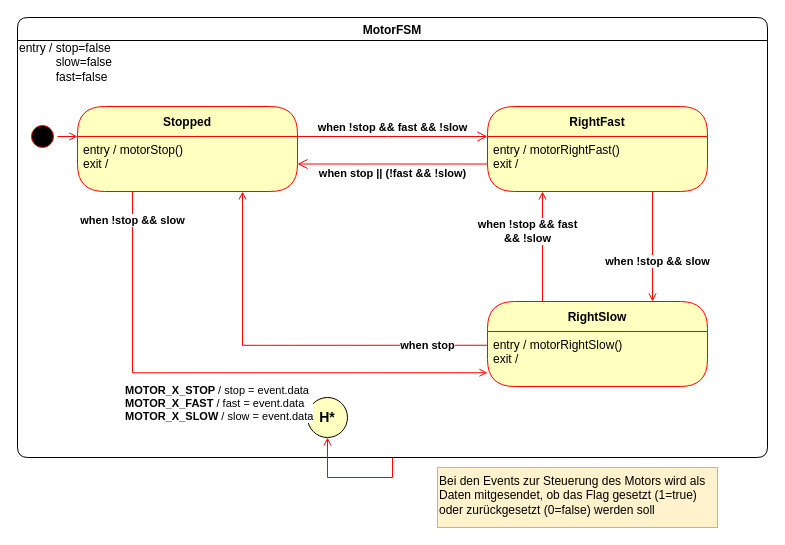
This is page "motor" (3 of 7) of docs/diagrams/fsm/state_machines.drawio from u2knwy/ESEP-2023SoSe-Team-2-1, a draw.io file, before an edit. Source tidied: cells renumbered, new cells numbered last; positions are measured from the earlier drawing's top-left corner, leaving out a move shared by most shapes. Both pictures are drawn from the tidied source at 100%, with x=0, y=0 at pixel (17, 17).
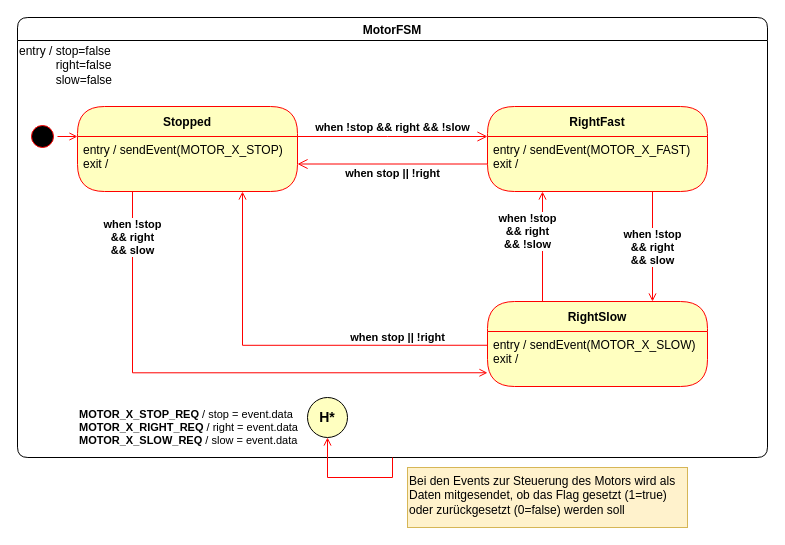
After the change.

The change refers to these unchanged cells:
```xml
<mxCell id="3" value="Stopped" style="swimlane;fontStyle=1;align=center;verticalAlign=middle;horizontal=1;startSize=30;fontColor=#000000;rounded=1;arcSize=30;strokeColor=#ff0000;fillColor=#ffffc0;swimlaneFillColor=#ffffc0;" parent="2" vertex="1">
  <mxGeometry x="60" y="89" width="220" height="85" as="geometry" />
</mxCell>
<mxCell id="6" value="RightSlow" style="swimlane;fontStyle=1;align=center;verticalAlign=middle;horizontal=1;startSize=30;fontColor=#000000;rounded=1;arcSize=30;strokeColor=#ff0000;fillColor=#ffffc0;swimlaneFillColor=#ffffc0;" parent="2" vertex="1">
  <mxGeometry x="470" y="284" width="220" height="85" as="geometry" />
</mxCell>
<mxCell id="8" value="RightFast" style="swimlane;fontStyle=1;align=center;verticalAlign=middle;horizontal=1;startSize=30;fontColor=#000000;rounded=1;arcSize=30;strokeColor=#ff0000;fillColor=#ffffc0;swimlaneFillColor=#ffffc0;" parent="2" vertex="1">
  <mxGeometry x="470" y="89" width="220" height="85" as="geometry" />
</mxCell>
<mxCell id="18" value="H*" style="ellipse;whiteSpace=wrap;html=1;rounded=1;fillColor=#FFFFC0;fontStyle=1;fontSize=14;" parent="2" vertex="1">
  <mxGeometry x="290" y="380" width="40" height="40" as="geometry" />
</mxCell>
```

Change to the diagram source:
```diff
@@
-    <mxCell id="2" value="MotorFSM" style="swimlane;rounded=1;fillColor=none;startSize=23;" parent="1" vertex="1">
+    <mxCell id="2" value="MotorFSM" style="swimlane;rounded=1;startSize=23;swimlaneFillColor=default;" parent="1" vertex="1">
       <mxGeometry width="750" height="440" as="geometry" />
     </mxCell>
@@
-    <mxCell id="4" value="&lt;div style=&quot;&quot;&gt;entry / motorStop()&lt;/div&gt;exit /" style="text;html=1;strokeColor=none;fillColor=none;align=left;verticalAlign=top;spacingLeft=4;spacingRight=4;whiteSpace=wrap;overflow=hidden;fontColor=#000000;" parent="3" vertex="1">
+    <mxCell id="4" value="&lt;div style=&quot;&quot;&gt;entry / sendEvent(MOTOR_X_STOP)&lt;/div&gt;exit /" style="text;html=1;strokeColor=none;fillColor=none;align=left;verticalAlign=top;spacingLeft=4;spacingRight=4;whiteSpace=wrap;overflow=hidden;fontColor=#000000;" parent="3" vertex="1">
       <mxGeometry y="30" width="220" height="55" as="geometry" />
     </mxCell>
-    <mxCell id="5" value="&lt;b&gt;when !stop &amp;amp;&amp;amp; fast &lt;br&gt;&amp;amp;&amp;amp; !slow&lt;/b&gt;" style="edgeStyle=orthogonalEdgeStyle;rounded=0;jettySize=auto;html=1;exitX=0.25;exitY=0;exitDx=0;exitDy=0;entryX=0.25;entryY=1;entryDx=0;entryDy=0;strokeColor=#FF0000;endArrow=open;endFill=0;" parent="2" edge="1" source="6" target="9">
+    <mxCell id="5" value="&lt;b&gt;when !stop&lt;br&gt;&amp;amp;&amp;amp; right&lt;br&gt;&amp;amp;&amp;amp; !slow&lt;/b&gt;" style="edgeStyle=orthogonalEdgeStyle;rounded=0;jettySize=auto;html=1;exitX=0.25;exitY=0;exitDx=0;exitDy=0;entryX=0.25;entryY=1;entryDx=0;entryDy=0;strokeColor=#FF0000;endArrow=open;endFill=0;" parent="2" edge="1" source="6" target="9">
       <mxGeometry x="0.27" y="15" relative="1" as="geometry" />
     </mxCell>
@@
-    <mxCell id="7" value="entry / motorRightSlow()&lt;br&gt;exit /" style="text;html=1;strokeColor=none;fillColor=none;align=left;verticalAlign=top;spacingLeft=4;spacingRight=4;whiteSpace=wrap;overflow=hidden;fontColor=#000000;" parent="6" vertex="1">
+    <mxCell id="7" value="entry / sendEvent(MOTOR_X_SLOW)&lt;br&gt;exit /" style="text;html=1;strokeColor=none;fillColor=none;align=left;verticalAlign=top;spacingLeft=4;spacingRight=4;whiteSpace=wrap;overflow=hidden;fontColor=#000000;" parent="6" vertex="1">
       <mxGeometry y="30" width="220" height="55" as="geometry" />
     </mxCell>
@@
-    <mxCell id="9" value="entry / motorRightFast()&lt;br&gt;exit /" style="text;html=1;strokeColor=none;fillColor=none;align=left;verticalAlign=top;spacingLeft=4;spacingRight=4;whiteSpace=wrap;overflow=hidden;fontColor=#000000;" parent="8" vertex="1">
+    <mxCell id="9" value="entry / sendEvent(MOTOR_X_FAST)&lt;br&gt;exit /" style="text;html=1;strokeColor=none;fillColor=none;align=left;verticalAlign=top;spacingLeft=4;spacingRight=4;whiteSpace=wrap;overflow=hidden;fontColor=#000000;" parent="8" vertex="1">
       <mxGeometry y="30" width="220" height="55" as="geometry" />
     </mxCell>
-    <mxCell id="10" value="when !stop &amp;amp;&amp;amp; fast &amp;amp;&amp;amp; !slow" style="edgeStyle=orthogonalEdgeStyle;html=1;verticalAlign=bottom;endArrow=open;endSize=8;strokeColor=#ff0000;rounded=0;entryX=0;entryY=0;entryDx=0;entryDy=0;exitX=1;exitY=0;exitDx=0;exitDy=0;fontStyle=1;" parent="2" edge="1" source="4" target="9">
+    <mxCell id="10" value="when !stop &amp;amp;&amp;amp; right &amp;amp;&amp;amp; !slow" style="edgeStyle=orthogonalEdgeStyle;html=1;verticalAlign=bottom;endArrow=open;endSize=8;strokeColor=#ff0000;rounded=0;entryX=0;entryY=0;entryDx=0;entryDy=0;exitX=1;exitY=0;exitDx=0;exitDy=0;fontStyle=1;" parent="2" edge="1" source="4" target="9">
       <mxGeometry relative="1" as="geometry">
         <Array as="points">
           <mxPoint x="370" y="119" />
           <mxPoint x="370" y="119" />
         </Array>
       </mxGeometry>
     </mxCell>
-    <mxCell id="11" value="when stop || (!fast &amp;amp;&amp;amp; !slow)" style="edgeStyle=orthogonalEdgeStyle;html=1;verticalAlign=bottom;endArrow=open;endSize=8;strokeColor=#ff0000;rounded=0;entryX=1;entryY=0.5;entryDx=0;entryDy=0;exitX=0;exitY=0.5;exitDx=0;exitDy=0;fontStyle=1;" parent="2" edge="1" source="9" target="4">
+    <mxCell id="11" value="when stop || !right" style="edgeStyle=orthogonalEdgeStyle;html=1;verticalAlign=bottom;endArrow=open;endSize=8;strokeColor=#ff0000;rounded=0;entryX=1;entryY=0.5;entryDx=0;entryDy=0;exitX=0;exitY=0.5;exitDx=0;exitDy=0;fontStyle=1;" parent="2" edge="1" source="9" target="4">
       <mxGeometry y="18" relative="1" as="geometry" />
     </mxCell>
@@
-    <mxCell id="14" value="&lt;b&gt;when !stop &amp;amp;&amp;amp; slow&lt;/b&gt;" style="edgeStyle=orthogonalEdgeStyle;rounded=0;jettySize=auto;html=1;exitX=0.75;exitY=1;exitDx=0;exitDy=0;entryX=0.75;entryY=0;entryDx=0;entryDy=0;strokeColor=#FF0000;endArrow=open;endFill=0;" parent="2" edge="1" source="9" target="6">
-      <mxGeometry x="0.27" y="5" relative="1" as="geometry" />
+    <mxCell id="14" value="&lt;b&gt;when !stop &lt;br&gt;&amp;amp;&amp;amp; right&lt;br&gt;&amp;amp;&amp;amp; slow&lt;/b&gt;" style="edgeStyle=orthogonalEdgeStyle;rounded=0;jettySize=auto;html=1;exitX=0.75;exitY=1;exitDx=0;exitDy=0;entryX=0.75;entryY=0;entryDx=0;entryDy=0;strokeColor=#FF0000;endArrow=open;endFill=0;" parent="2" edge="1" source="9" target="6">
+      <mxGeometry x="0.02" relative="1" as="geometry" />
     </mxCell>
-    <mxCell id="15" value="&lt;b&gt;when stop&lt;/b&gt;" style="edgeStyle=orthogonalEdgeStyle;rounded=0;jettySize=auto;html=1;exitX=0;exitY=0.25;exitDx=0;exitDy=0;entryX=0.75;entryY=1;entryDx=0;entryDy=0;strokeColor=#FF0000;endArrow=open;endFill=0;" parent="2" edge="1" source="7" target="4">
-      <mxGeometry x="-0.7" relative="1" as="geometry" />
+    <mxCell id="15" value="&lt;b&gt;when stop || !right&lt;/b&gt;" style="edgeStyle=orthogonalEdgeStyle;rounded=0;jettySize=auto;html=1;exitX=0;exitY=0.25;exitDx=0;exitDy=0;entryX=0.75;entryY=1;entryDx=0;entryDy=0;strokeColor=#FF0000;endArrow=open;endFill=0;" parent="2" edge="1" source="7" target="4">
+      <mxGeometry x="-0.55" y="-8" relative="1" as="geometry" />
     </mxCell>
-    <mxCell id="16" value="&lt;b&gt;when !stop &amp;amp;&amp;amp; slow&lt;/b&gt;" style="edgeStyle=orthogonalEdgeStyle;rounded=0;jettySize=auto;html=1;exitX=0.25;exitY=1;exitDx=0;exitDy=0;entryX=0;entryY=0.75;entryDx=0;entryDy=0;strokeColor=#FF0000;endArrow=open;endFill=0;" parent="2" edge="1" source="4" target="7">
-      <mxGeometry x="-0.89" relative="1" as="geometry" />
+    <mxCell id="16" value="&lt;b&gt;when !stop &lt;br&gt;&amp;amp;&amp;amp; right &lt;br&gt;&amp;amp;&amp;amp; slow&lt;/b&gt;" style="edgeStyle=orthogonalEdgeStyle;rounded=0;jettySize=auto;html=1;exitX=0.25;exitY=1;exitDx=0;exitDy=0;entryX=0;entryY=0.75;entryDx=0;entryDy=0;strokeColor=#FF0000;endArrow=open;endFill=0;" parent="2" edge="1" source="4" target="7">
+      <mxGeometry x="-0.83" relative="1" as="geometry" />
     </mxCell>
-    <mxCell id="17" value="entry / stop=false&lt;br&gt;&lt;span style=&quot;white-space: pre;&quot;&gt;&#9;&lt;/span&gt;&amp;nbsp; &amp;nbsp;slow=false&lt;br&gt;&lt;span style=&quot;white-space: pre;&quot;&gt;&#9;&lt;/span&gt;&amp;nbsp; &amp;nbsp;fast=false" style="text;html=1;strokeColor=none;fillColor=none;align=left;verticalAlign=middle;whiteSpace=wrap;rounded=0;" parent="2" vertex="1">
-      <mxGeometry y="30" width="150" height="30" as="geometry" />
+    <mxCell id="17" value="entry / stop=false&lt;br&gt;&lt;span style=&quot;white-space: pre;&quot;&gt;&#9;&lt;/span&gt;&amp;nbsp; &amp;nbsp;right=false&lt;br&gt;&lt;span style=&quot;white-space: pre;&quot;&gt;&#9;&lt;/span&gt;&amp;nbsp; &amp;nbsp;slow=false" style="text;html=1;strokeColor=none;fillColor=none;align=left;verticalAlign=middle;whiteSpace=wrap;rounded=0;" parent="2" vertex="1">
+      <mxGeometry y="23" width="150" height="50" as="geometry" />
     </mxCell>
@@
-    <mxCell id="19" value="&lt;b style=&quot;border-color: var(--border-color);&quot;&gt;MOTOR_X_STOP&lt;/b&gt;&amp;nbsp;/ stop = event.data&lt;br&gt;&lt;b style=&quot;border-color: var(--border-color);&quot;&gt;MOTOR_X_FAST&lt;/b&gt;&amp;nbsp;/ fast = event.data&lt;br&gt;&lt;b style=&quot;border-color: var(--border-color);&quot;&gt;MOTOR_X_SLOW&lt;/b&gt;&amp;nbsp;/ slow&amp;nbsp;= event.data" style="edgeStyle=orthogonalEdgeStyle;rounded=0;jettySize=auto;html=1;exitX=0.5;exitY=1;exitDx=0;exitDy=0;entryX=0.5;entryY=1;entryDx=0;entryDy=0;strokeColor=#FF0000;endArrow=open;endFill=0;align=left;" parent="2" edge="1" source="2" target="18">
-      <mxGeometry x="0.36" y="104" relative="1" as="geometry">
-        <mxPoint x="-100" y="-74" as="offset" />
+    <mxCell id="19" value="&lt;b style=&quot;border-color: var(--border-color);&quot;&gt;MOTOR_X_STOP_REQ&lt;/b&gt;&amp;nbsp;/ stop = event.data&lt;br&gt;&lt;b style=&quot;border-color: var(--border-color);&quot;&gt;MOTOR_X_RIGHT_REQ&lt;/b&gt;&amp;nbsp;/ right = event.data&lt;br&gt;&lt;b style=&quot;border-color: var(--border-color);&quot;&gt;MOTOR_X_SLOW_REQ&lt;/b&gt;&amp;nbsp;/ slow&amp;nbsp;= event.data" style="edgeStyle=orthogonalEdgeStyle;rounded=0;jettySize=auto;html=1;exitX=0.5;exitY=1;exitDx=0;exitDy=0;entryX=0.5;entryY=1;entryDx=0;entryDy=0;strokeColor=#FF0000;endArrow=open;endFill=0;align=left;" parent="2" edge="1" source="2" target="18">
+      <mxGeometry x="1" y="250" relative="1" as="geometry">
+        <mxPoint y="-10" as="offset" />
       </mxGeometry>
     </mxCell>
     <mxCell id="20" value="Bei den Events zur Steuerung des Motors wird als Daten mitgesendet, ob das Flag gesetzt (1=true) oder zurückgesetzt (0=false) werden soll" style="text;html=1;strokeColor=#d6b656;fillColor=#fff2cc;align=left;verticalAlign=top;whiteSpace=wrap;rounded=0;" parent="1" vertex="1">
-      <mxGeometry x="420" y="450" width="280" height="60" as="geometry" />
+      <mxGeometry x="390" y="450" width="280" height="60" as="geometry" />
     </mxCell>
```
